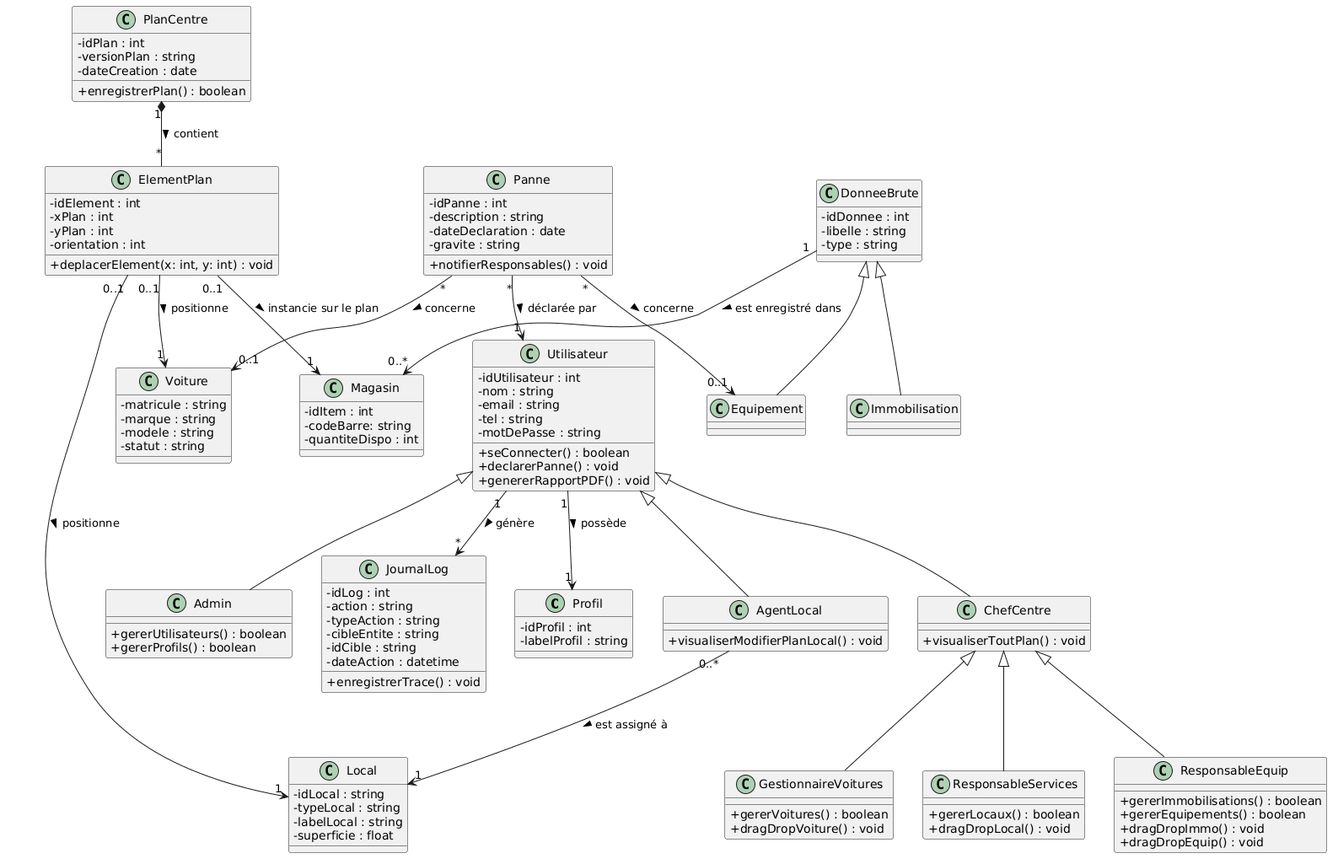
This is assets/class_diagram.png from HamdiMohamedAli/STEG-Immobilisation-Project, a PlantUML export, as it was before one commit.
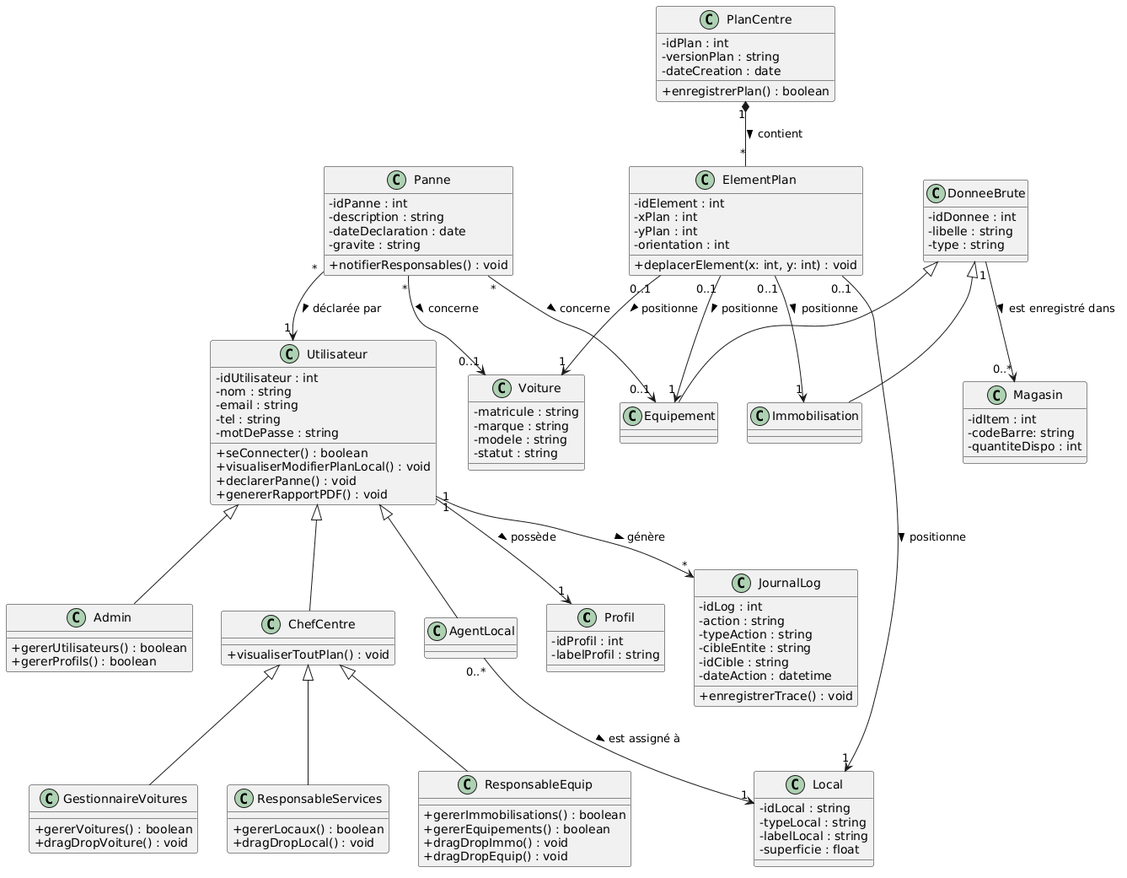
After the change.

Change to the diagram source:
```diff
@@ -13,6 +13,7 @@
     - tel : string
     - motDePasse : string
     + seConnecter() : boolean
+    + visualiserModifierPlanLocal() : void
     + declarerPanne() : void
     + genererRapportPDF() : void
 }
@@ -44,7 +45,6 @@
 }
 
 class AgentLocal {
-    + visualiserModifierPlanLocal() : void
 }
 
 Utilisateur <|-- Admin
@@ -119,7 +119,8 @@
 AgentLocal "0..*" --> "1" Local : est assigné à >
 
 ElementPlan "0..1" --> "1" Local : positionne >
-ElementPlan "0..1" --> "1" Magasin : instancie sur le plan >
+ElementPlan "0..1" --> "1" Immobilisation : positionne >
+ElementPlan "0..1" --> "1" Equipement : positionne >
 
 class Voiture {
     - matricule : string
```
